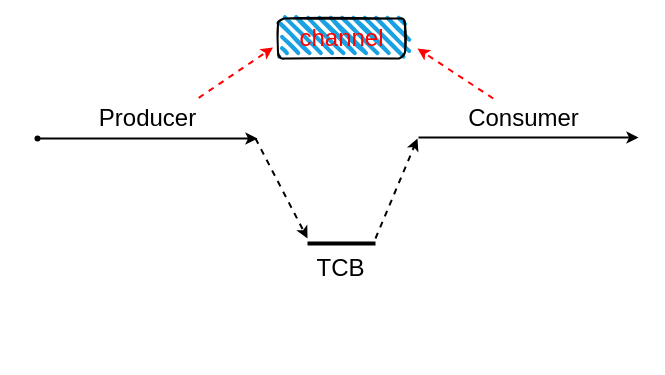
auula/draw.io keeps this draw.io diagram as thread-switch.drawio. Above is the earlier version. Source tidied: cells renumbered, new cells numbered last; positions are measured from the earlier drawing's top-left corner, leaving out a move shared by most shapes. Both pictures are drawn from the tidied source at 100%, with x=0, y=0 at pixel (17, 18).
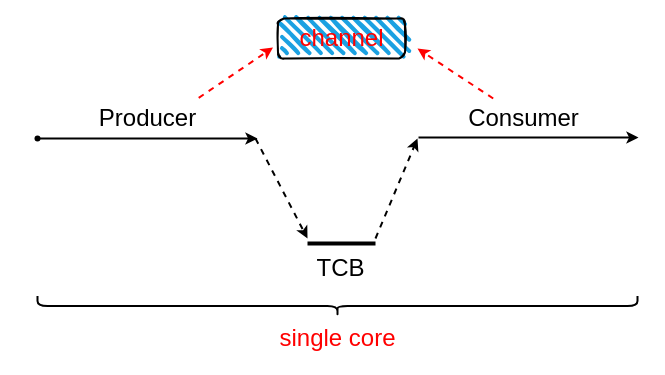
The same diagram, later.

What changed in the source:
```diff
@@
+    <mxCell id="14" style="shape=curlyBracket;whiteSpace=wrap;html=1;rounded=1;fontSize=24;fontColor=#FF0000;rotation=-90;strokeWidth=2;" parent="1" vertex="1">
+      <mxGeometry x="310" y="-12.5" width="20" height="600" as="geometry" />
+    </mxCell>
+    <mxCell id="15" value="single core" style="text;html=1;align=center;verticalAlign=middle;strokeColor=none;fillColor=none;fontSize=24;fontColor=#FF0000;" parent="1" vertex="1">
+      <mxGeometry x="250" y="300" width="140" height="40" as="geometry" />
+    </mxCell>
```
